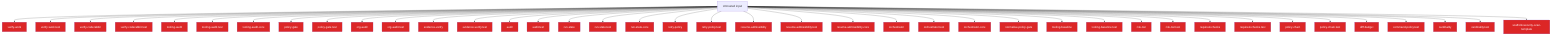
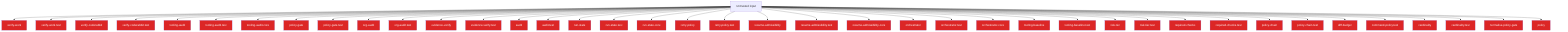
flowchart TD
  Untrusted["Untrusted input"]
  verify_work_df70ecac["verify-work"]
  Untrusted --> verify_work_df70ecac
  verify_work_test_0e12f6c5["verify-work.test"]
  Untrusted --> verify_work_test_0e12f6c5
  verify_coderabbit_490b4e71["verify-coderabbit"]
  Untrusted --> verify_coderabbit_490b4e71
  verify_coderabbit_test_46cfcf29["verify-coderabbit.test"]
  Untrusted --> verify_coderabbit_test_46cfcf29
  tooling_audit_8a8239ff["tooling-audit"]
  Untrusted --> tooling_audit_8a8239ff
  tooling_audit_test_d2aee28c["tooling-audit.test"]
  Untrusted --> tooling_audit_test_d2aee28c
  tooling_audit_core_328d6a41["tooling-audit-core"]
  Untrusted --> tooling_audit_core_328d6a41
  policy_gate_213f7313["policy-gate"]
  Untrusted --> policy_gate_213f7313
  policy_gate_test_203a5261["policy-gate.test"]
  Untrusted --> policy_gate_test_203a5261
  org_audit_d739e44b["org-audit"]
  Untrusted --> org_audit_d739e44b
  org_audit_test_0fd9cae8["org-audit.test"]
  Untrusted --> org_audit_test_0fd9cae8
  evidence_verify_3b73c290["evidence-verify"]
  Untrusted --> evidence_verify_3b73c290
  evidence_verify_test_7373101d["evidence-verify.test"]
  Untrusted --> evidence_verify_test_7373101d
  audit_b81f37a0["audit"]
  Untrusted --> audit_b81f37a0
  audit_test_54ea1006["audit.test"]
  Untrusted --> audit_test_54ea1006
  run_state_94d814a7["run-state"]
  Untrusted --> run_state_94d814a7
  run_state_test_ee8298e8["run-state.test"]
  Untrusted --> run_state_test_ee8298e8
  run_state_core_25a955bc["run-state-core"]
  Untrusted --> run_state_core_25a955bc
  retry_policy_eebf8de9["retry-policy"]
  Untrusted --> retry_policy_eebf8de9
  retry_policy_test_fff144eb["retry-policy.test"]
  Untrusted --> retry_policy_test_fff144eb
  resume_admissibility_a59835da["resume-admissibility"]
  Untrusted --> resume_admissibility_a59835da
  resume_admissibility_test_eba58e3d["resume-admissibility.test"]
  Untrusted --> resume_admissibility_test_eba58e3d
  resume_admissibility_core_8ab84488["resume-admissibility-core"]
  Untrusted --> resume_admissibility_core_8ab84488
  orchestrator_11376b7e["orchestrator"]
  Untrusted --> orchestrator_11376b7e
  orchestrator_test_18d2fe26["orchestrator.test"]
  Untrusted --> orchestrator_test_18d2fe26
  orchestrator_core_d0678b53["orchestrator-core"]
  Untrusted --> orchestrator_core_d0678b53
-   normalise_policy_gate_90229693["normalise-policy-gate"]
-   Untrusted --> normalise_policy_gate_90229693
  tooling_baseline_50ab2eeb["tooling-baseline"]
  Untrusted --> tooling_baseline_50ab2eeb
  tooling_baseline_test_d272ddb6["tooling-baseline.test"]
  Untrusted --> tooling_baseline_test_d272ddb6
  risk_tier_1_96b6ff91["risk-tier"]
  Untrusted --> risk_tier_1_96b6ff91
  risk_tier_test_1_6f021f87["risk-tier.test"]
  Untrusted --> risk_tier_test_1_6f021f87
  required_checks_46396214["required-checks"]
  Untrusted --> required_checks_46396214
  required_checks_test_e7da46e9["required-checks.test"]
  Untrusted --> required_checks_test_e7da46e9
  policy_chain_0c92e343["policy-chain"]
  Untrusted --> policy_chain_0c92e343
  policy_chain_test_bce92046["policy-chain.test"]
  Untrusted --> policy_chain_test_bce92046
  diff_budget_1_9f85eb1c["diff-budget"]
  Untrusted --> diff_budget_1_9f85eb1c
  command_policy_test_66e89e89["command-policy.test"]
  Untrusted --> command_policy_test_66e89e89
  cardinality_ebef8aff["cardinality"]
  Untrusted --> cardinality_ebef8aff
  cardinality_test_c00e7edb["cardinality.test"]
  Untrusted --> cardinality_test_c00e7edb
-   scaffold_security_scan_template_55bc7465["scaffold-security-scan-template"]
-   Untrusted --> scaffold_security_scan_template_55bc7465
+   normalise_policy_gate_90229693["normalise-policy-gate"]
+   Untrusted --> normalise_policy_gate_90229693
+   policy_823412d1["policy"]
+   Untrusted --> policy_823412d1
  classDef securityNode fill:#dc2626,color:#fff
-   class verify_work_df70ecac,verify_work_test_0e12f6c5,verify_coderabbit_490b4e71,verify_coderabbit_test_46cfcf29,tooling_audit_8a8239ff,tooling_audit_test_d2aee28c,tooling_audit_core_328d6a41,policy_gate_213f7313,policy_gate_test_203a5261,org_audit_d739e44b,org_audit_test_0fd9cae8,evidence_verify_3b73c290,evidence_verify_test_7373101d,audit_b81f37a0,audit_test_54ea1006,run_state_94d814a7,run_state_test_ee8298e8,run_state_core_25a955bc,retry_policy_eebf8de9,retry_policy_test_fff144eb,resume_admissibility_a59835da,resume_admissibility_test_eba58e3d,resume_admissibility_core_8ab84488,orchestrator_11376b7e,orchestrator_test_18d2fe26,orchestrator_core_d0678b53,normalise_policy_gate_90229693,tooling_baseline_50ab2eeb,tooling_baseline_test_d272ddb6,risk_tier_1_96b6ff91,risk_tier_test_1_6f021f87,required_checks_46396214,required_checks_test_e7da46e9,policy_chain_0c92e343,policy_chain_test_bce92046,diff_budget_1_9f85eb1c,command_policy_test_66e89e89,cardinality_ebef8aff,cardinality_test_c00e7edb,scaffold_security_scan_template_55bc7465 securityNode
+   class verify_work_df70ecac,verify_work_test_0e12f6c5,verify_coderabbit_490b4e71,verify_coderabbit_test_46cfcf29,tooling_audit_8a8239ff,tooling_audit_test_d2aee28c,tooling_audit_core_328d6a41,policy_gate_213f7313,policy_gate_test_203a5261,org_audit_d739e44b,org_audit_test_0fd9cae8,evidence_verify_3b73c290,evidence_verify_test_7373101d,audit_b81f37a0,audit_test_54ea1006,run_state_94d814a7,run_state_test_ee8298e8,run_state_core_25a955bc,retry_policy_eebf8de9,retry_policy_test_fff144eb,resume_admissibility_a59835da,resume_admissibility_test_eba58e3d,resume_admissibility_core_8ab84488,orchestrator_11376b7e,orchestrator_test_18d2fe26,orchestrator_core_d0678b53,tooling_baseline_50ab2eeb,tooling_baseline_test_d272ddb6,risk_tier_1_96b6ff91,risk_tier_test_1_6f021f87,required_checks_46396214,required_checks_test_e7da46e9,policy_chain_0c92e343,policy_chain_test_bce92046,diff_budget_1_9f85eb1c,command_policy_test_66e89e89,cardinality_ebef8aff,cardinality_test_c00e7edb,normalise_policy_gate_90229693,policy_823412d1 securityNode
